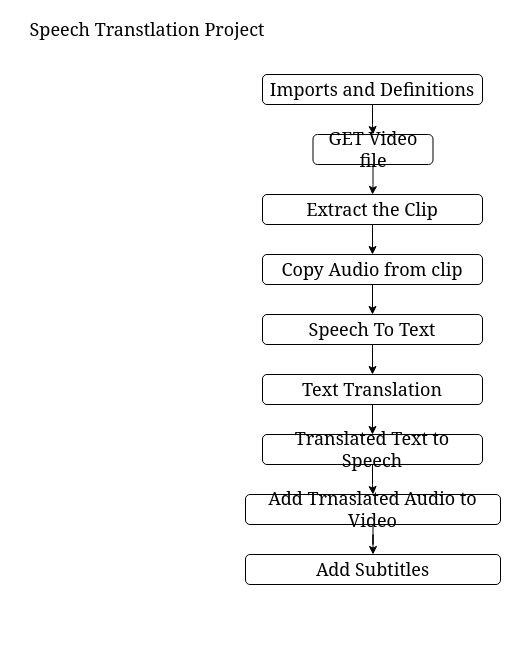
Earlier version of the draw.io diagram page "EP1002" (4 of 4) of kitchen.drawio (rajeshradhakrishnanmvk/kitchen). Source tidied: cells renumbered, new cells numbered last; positions are measured from the earlier drawing's top-left corner, leaving out a move shared by most shapes. Both pictures are drawn from the tidied source at 100%, with x=0, y=0 at pixel (17, 24).
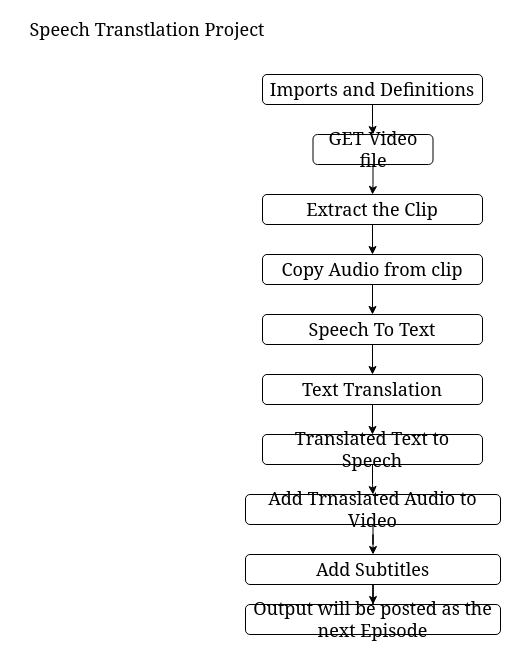
The same diagram, later.

Unchanged cells that the change refers to:
```xml
<mxCell id="19" value="Add Subtitles" style="rounded=1;whiteSpace=wrap;html=1;fontFamily=Georgia;fontSize=18;" parent="1" vertex="1">
  <mxGeometry x="228" y="530" width="255" height="30" as="geometry" />
</mxCell>
```

Change to the diagram source:
```diff
@@
+    <mxCell id="20" style="edgeStyle=orthogonalEdgeStyle;rounded=0;jettySize=auto;html=1;entryX=0.5;entryY=0;entryDx=0;entryDy=0;fontFamily=Georgia;fontSize=18;" parent="1" edge="1" source="19" target="21">
+      <mxGeometry relative="1" as="geometry" />
+    </mxCell>
@@
+    <mxCell id="21" value="Output will be posted as the next Episode" style="rounded=1;whiteSpace=wrap;html=1;fontFamily=Georgia;fontSize=18;" parent="1" vertex="1">
+      <mxGeometry x="228" y="580" width="255" height="30" as="geometry" />
+    </mxCell>
```
